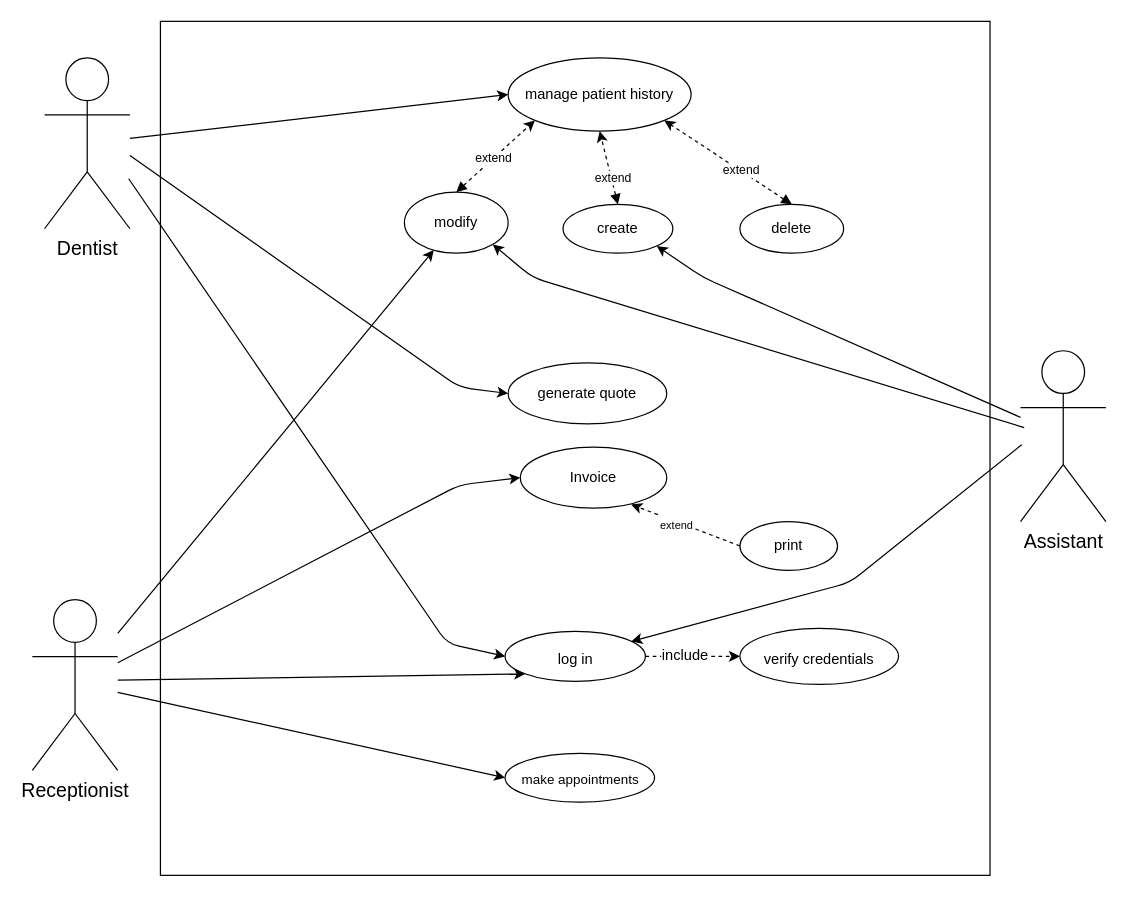
Above: doc/diagrams/useCase3/UC3_GeneralUseCase.drawio in DanielColado/softwareEngineering (draw.io), before the change. Source tidied: cells renumbered, new cells numbered last; positions are measured from the earlier drawing's top-left corner, leaving out a move shared by most shapes. Both pictures are drawn from the tidied source at 122%, with x=0, y=0 at pixel (32, 21).
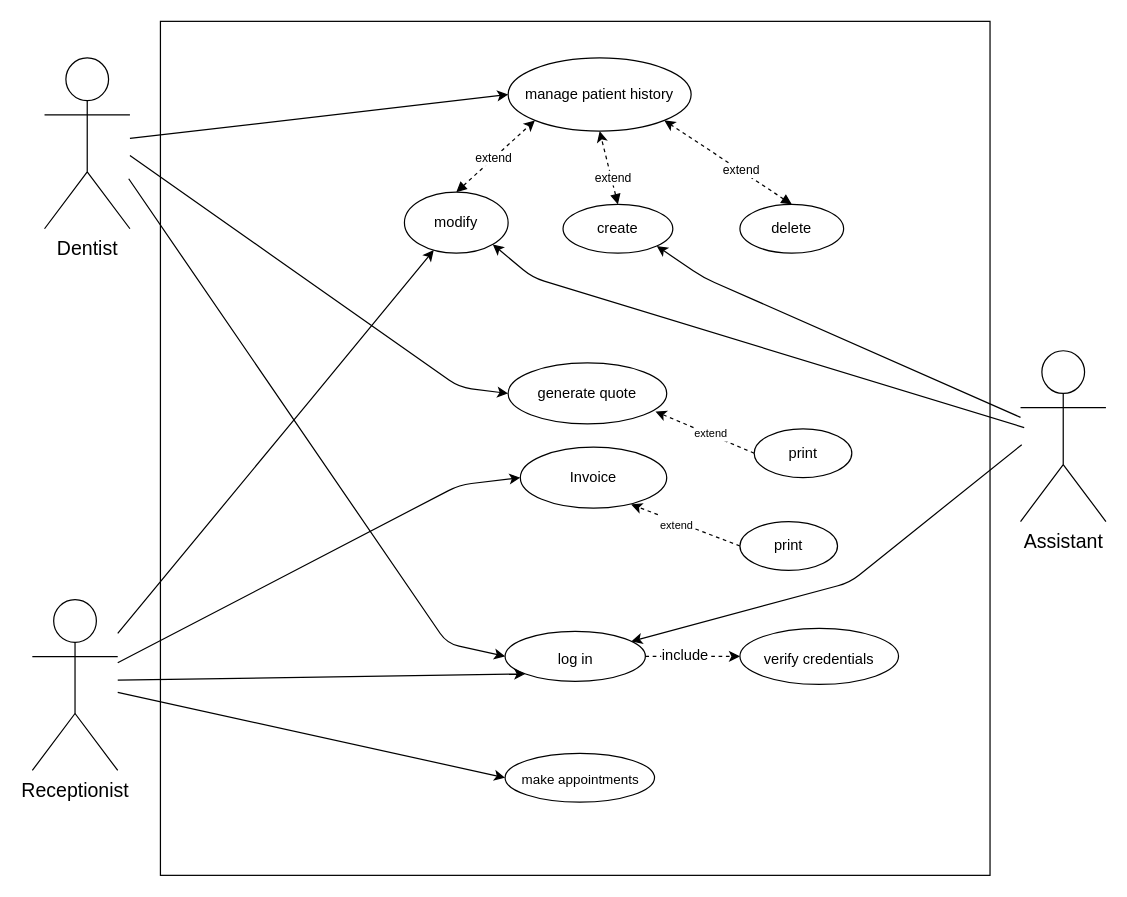
The same page after the edit.

The change refers to these unchanged cells:
```xml
<mxCell id="13" value="&lt;font style=&quot;font-size: 12px;&quot;&gt;generate quote&lt;/font&gt;" style="ellipse;whiteSpace=wrap;html=1;fontSize=10;" parent="1" vertex="1">
  <mxGeometry x="390" y="280" width="130" height="50" as="geometry" />
</mxCell>
```

The edit, as a diff of the source:
```diff
@@
+    <mxCell id="36" style="edgeStyle=none;html=1;exitX=0;exitY=0.5;exitDx=0;exitDy=0;entryX=0.929;entryY=0.796;entryDx=0;entryDy=0;entryPerimeter=0;dashed=1;fontSize=16;" parent="1" edge="1" source="38" target="13">
+      <mxGeometry relative="1" as="geometry" />
+    </mxCell>
+    <mxCell id="37" value="&lt;font style=&quot;font-size: 9px;&quot;&gt;extend&lt;/font&gt;" style="edgeLabel;html=1;align=center;verticalAlign=middle;fontSize=16;" parent="36" vertex="1">
+      <mxGeometry x="0.17" relative="1" as="geometry">
+        <mxPoint x="11" as="offset" />
+      </mxGeometry>
+    </mxCell>
+    <mxCell id="38" value="print" style="ellipse;whiteSpace=wrap;html=1;" parent="1" vertex="1">
+      <mxGeometry x="591.7" y="334" width="80" height="40" as="geometry" />
+    </mxCell>
```
